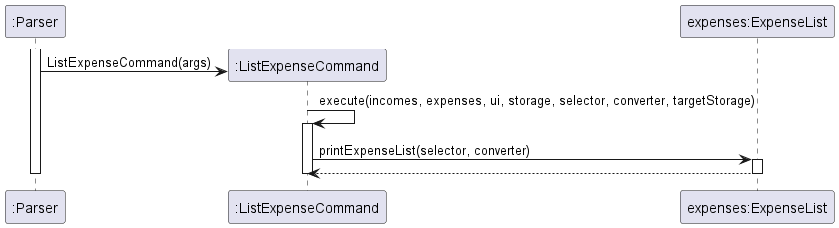
Above: docs/images/ListExpenseCommand_Sequence_Diagram.png in nus-cs2113-AY2223S2/tp (PlantUML), before the change. Its diagram source:
```plantuml
@startuml
participant ":Parser" as Parser
participant ":ListExpenseCommand" as ListExpenseCommand
participant "expenses:ExpenseList" as ExpenseList

activate Parser

create ListExpenseCommand
Parser -> ListExpenseCommand : ListExpenseCommand(args)
ListExpenseCommand -> ListExpenseCommand : execute(incomes, expenses, ui, storage, selector, converter, targetStorage)

activate ListExpenseCommand
ListExpenseCommand -> ExpenseList : printExpenseList(selector, converter)

activate ExpenseList
ExpenseList --> ListExpenseCommand

deactivate ExpenseList
deactivate ListExpenseCommand
deactivate Parser

@enduml
```
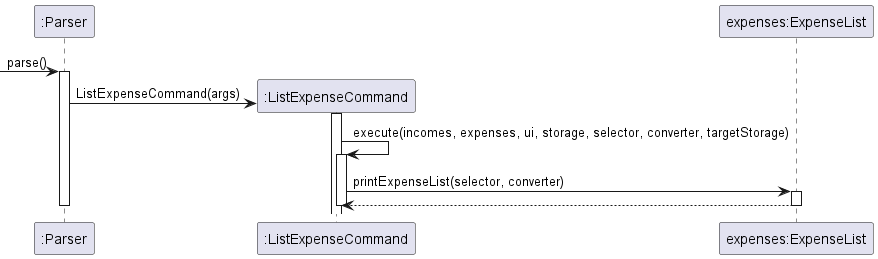
Above is the later version.

Commit message:
further clean up of uml diagrams

What changed in the source:
```diff
@@ -3,10 +3,14 @@
 participant ":ListExpenseCommand" as ListExpenseCommand
 participant "expenses:ExpenseList" as ExpenseList
 
+[-> Parser : parse()
 activate Parser
 
 create ListExpenseCommand
+
 Parser -> ListExpenseCommand : ListExpenseCommand(args)
+
+activate ListExpenseCommand
 ListExpenseCommand -> ListExpenseCommand : execute(incomes, expenses, ui, storage, selector, converter, targetStorage)
 
 activate ListExpenseCommand
```
